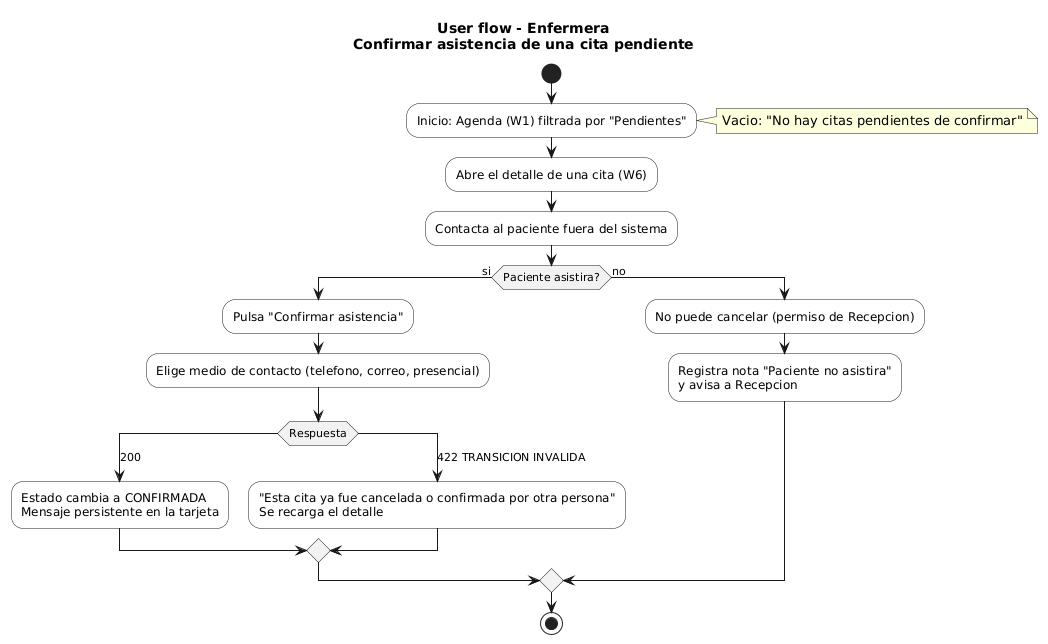
EddCastro/micro-his-citas-medicas-agenda keeps this PlantUML diagram as docs/semana-08-ux/user-flow-enfermera.png. Above is the earlier version.
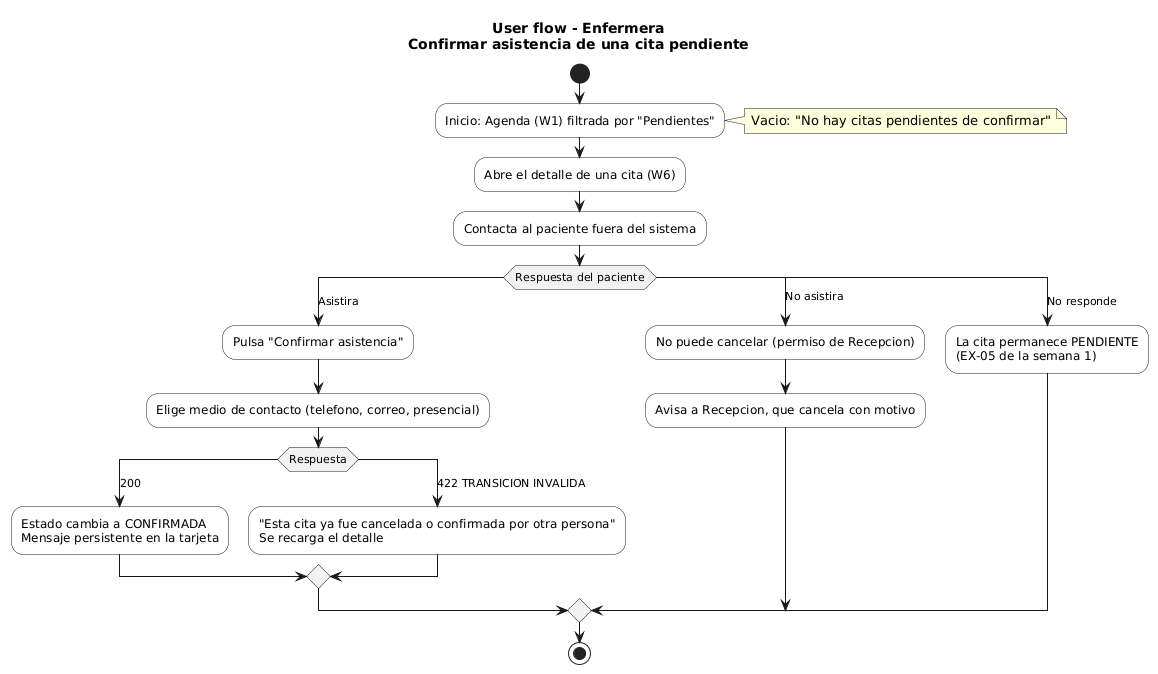
After the change.

Diff of the diagram source:
```diff
@@ -11,7 +11,8 @@
 note right: Vacio: "No hay citas pendientes de confirmar"
 :Abre el detalle de una cita (W6);
 :Contacta al paciente fuera del sistema;
-if (Paciente asistira?) then (si)
+switch (Respuesta del paciente)
+case (Asistira)
   :Pulsa "Confirmar asistencia";
   :Elige medio de contacto (telefono, correo, presencial);
   switch (Respuesta)
@@ -20,9 +21,11 @@
   case (422 TRANSICION INVALIDA)
     :"Esta cita ya fue cancelada o confirmada por otra persona"\nSe recarga el detalle;
   endswitch
-else (no)
+case (No asistira)
   :No puede cancelar (permiso de Recepcion);
-  :Registra nota "Paciente no asistira"\ny avisa a Recepcion;
-endif
+  :Avisa a Recepcion, que cancela con motivo;
+case (No responde)
+  :La cita permanece PENDIENTE\n(EX-05 de la semana 1);
+endswitch
 stop
 @enduml
```
